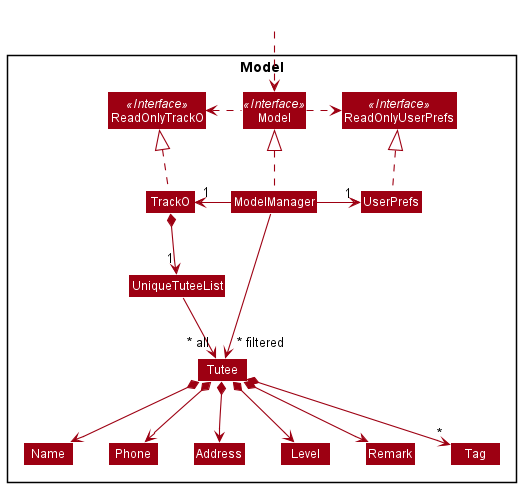
ykwei7/Track-O keeps this PlantUML diagram as docs/images/ModelClassDiagram.png. Above is the earlier version.
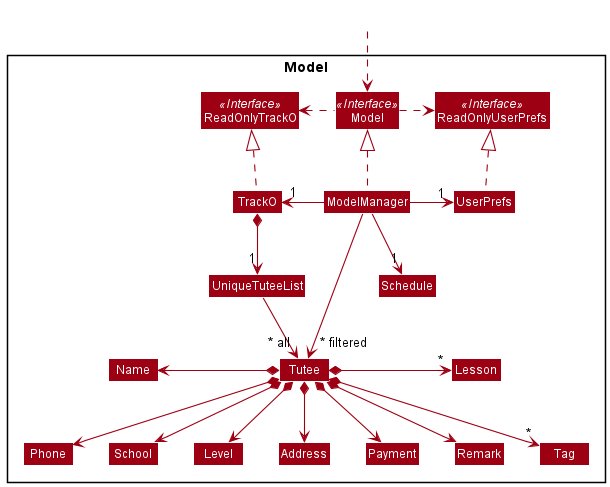
The same file after the commit.

Commit message:
Update Model and Schedule UML diagrams

Change to the diagram source:
```diff
@@ -14,14 +14,18 @@
 Class ModelManager
 Class UserPrefs
 Class ReadOnlyUserPrefs
+Class Schedule
 
 
 Class UniqueTuteeList
 Class Tutee
 Class Address
+Class Lesson
 Class Level
 Class Name
+Class Payment
 Class Phone
+Class School
 Class Remark
 Class Tag
 
@@ -36,22 +40,30 @@
 Model .right.> ReadOnlyUserPrefs
 Model .left.> ReadOnlyTrackO
 ModelManager -left-> "1" TrackO
+ModelManager --> "1" Schedule
 ModelManager -right-> "1" UserPrefs
 UserPrefs .up.|> ReadOnlyUserPrefs
 
 TrackO *--> "1" UniqueTuteeList
 UniqueTuteeList --> "~* all" Tutee
-Tutee *--> Name
+Tutee *-left-> Name
 Tutee *--> Phone
+Tutee *--> School
 Tutee *--> Level
 Tutee *--> Address
+Tutee *--> Payment
 Tutee *--> Remark
 Tutee *--> "*" Tag
+Tutee *-right-> "*" Lesson
 
-Name -[hidden]right-> Phone
-Phone -[hidden]right-> Address
-Address -[hidden]right-> Level
-Level -[hidden]right-> Remark
+Name -[hidden]down-> Phone
+Phone -[hidden]right-> School
+School -[hidden]right-> Level
+Level -[hidden]right-> Address
+Address -[hidden]right-> Payment
+Payment -[hidden]right-> Remark
+Remark -[hidden]right-> Tag
+Tag -[hidden]up-> Lesson
 
 ModelManager -->"~* filtered" Tutee
 @enduml
```
